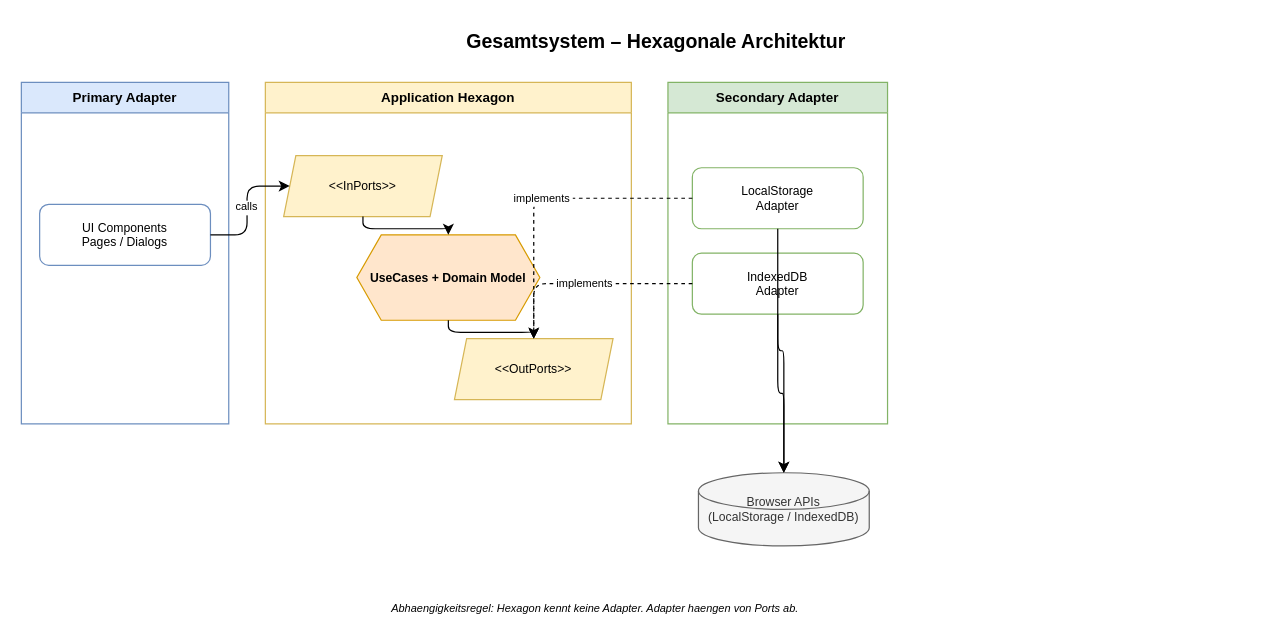
The draw.io diagram docs/diagrams/hexagon-overview.drawio in flingoflux/knitting-quarterly-bingo, before the edit. Source tidied: cells renumbered, new cells numbered last; positions are measured from the earlier drawing's top-left corner, leaving out a move shared by most shapes. Both pictures are drawn from the tidied source at 122%, with x=0, y=0 at pixel (21, 21).
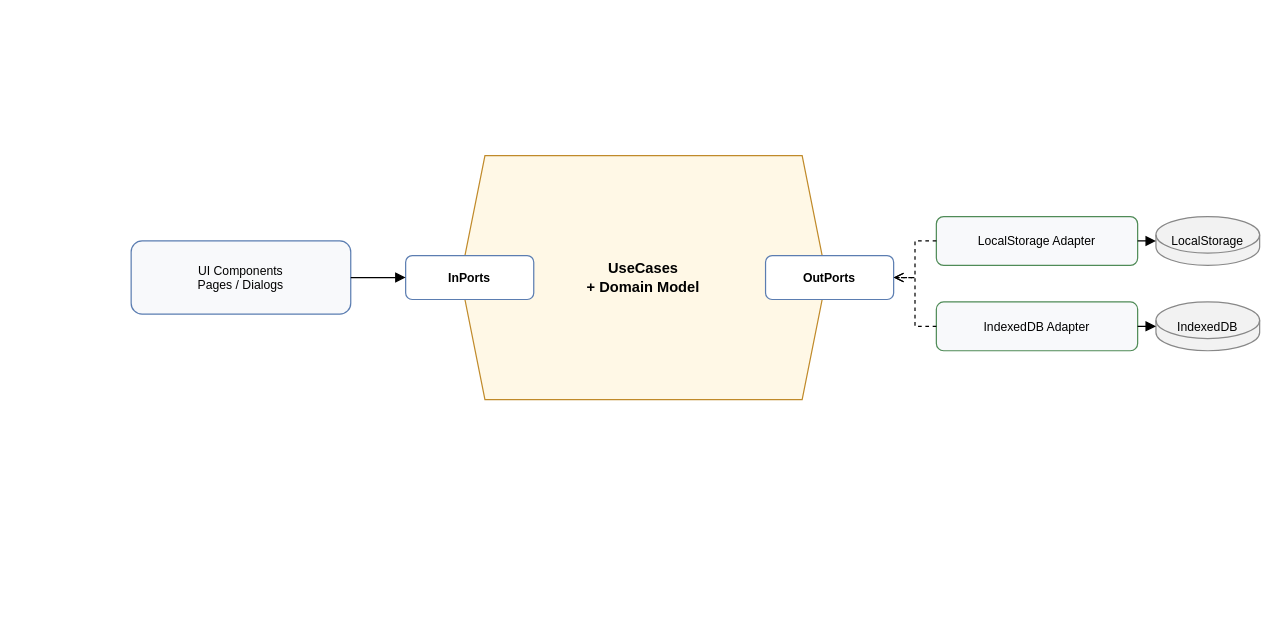
The same diagram, later.

What changed in the source:
```diff
@@
-    <mxCell id="2" value="Gesamtsystem – Hexagonale Architektur" style="text;html=1;fontSize=16;fontStyle=1;align=center;" parent="1" vertex="1">
-      <mxGeometry x="180" width="680" height="30" as="geometry" />
-    </mxCell>
-    <mxCell id="3" value="Primary Adapter" style="swimlane;startSize=25;fillColor=#dae8fc;strokeColor=#6c8ebf;fontStyle=1;fontSize=11;" parent="1" vertex="1">
-      <mxGeometry y="50" width="170" height="280" as="geometry" />
-    </mxCell>
-    <mxCell id="4" value="UI Components&#10;Pages / Dialogs" style="rounded=1;fillColor=#ffffff;strokeColor=#6c8ebf;fontSize=10;" parent="3" vertex="1">
-      <mxGeometry x="15" y="100" width="140" height="50" as="geometry" />
+    <mxCell id="4" value="UI Components&#10;Pages / Dialogs" style="rounded=1;whiteSpace=wrap;html=1;fillColor=#f8f9fb;strokeColor=#5b7db1;fontSize=10;" parent="1" vertex="1">
+      <mxGeometry x="90" y="180" width="180" height="60" as="geometry" />
     </mxCell>
-    <mxCell id="5" value="Application Hexagon" style="swimlane;startSize=25;fillColor=#fff2cc;strokeColor=#d6b656;fontStyle=1;fontSize=11;" parent="1" vertex="1">
-      <mxGeometry x="200" y="50" width="300" height="280" as="geometry" />
-    </mxCell>
+    <mxCell id="7" value="UseCases&#10;+ Domain Model" style="shape=hexagon;perimeter=hexagonPerimeter2;whiteSpace=wrap;html=1;fixedSize=1;fillColor=#fff8e6;strokeColor=#c08a2a;fontSize=12;fontStyle=1;" parent="1" vertex="1">
+      <mxGeometry x="360" y="110" width="300" height="200" as="geometry" />
+    </mxCell>
-    <mxCell id="6" value="&lt;&lt;InPorts&gt;&gt;" style="shape=parallelogram;perimeter=parallelogramPerimeter;fixedSize=1;size=10;fillColor=#fff2cc;strokeColor=#d6b656;fontSize=10;" parent="5" vertex="1">
-      <mxGeometry x="15" y="60" width="130" height="50" as="geometry" />
+    <mxCell id="6" value="InPorts" style="rounded=1;whiteSpace=wrap;html=1;fillColor=#ffffff;strokeColor=#5b7db1;fontSize=10;fontStyle=1;" parent="1" vertex="1">
+      <mxGeometry x="315" y="192" width="105" height="36" as="geometry" />
     </mxCell>
-    <mxCell id="7" value="UseCases + Domain Model" style="shape=hexagon;perimeter=hexagonPerimeter2;fixedSize=1;fillColor=#ffe6cc;strokeColor=#d79b00;fontSize=10;fontStyle=1;" parent="5" vertex="1">
-      <mxGeometry x="75" y="125" width="150" height="70" as="geometry" />
-    </mxCell>
-    <mxCell id="8" value="&lt;&lt;OutPorts&gt;&gt;" style="shape=parallelogram;perimeter=parallelogramPerimeter;fixedSize=1;size=10;fillColor=#fff2cc;strokeColor=#d6b656;fontSize=10;" parent="5" vertex="1">
-      <mxGeometry x="155" y="210" width="130" height="50" as="geometry" />
+    <mxCell id="8" value="OutPorts" style="rounded=1;whiteSpace=wrap;html=1;fillColor=#ffffff;strokeColor=#5b7db1;fontSize=10;fontStyle=1;" parent="1" vertex="1">
+      <mxGeometry x="610" y="192" width="105" height="36" as="geometry" />
     </mxCell>
-    <mxCell id="9" style="edgeStyle=orthogonalEdgeStyle;" parent="5" edge="1" source="6" target="7">
-      <mxGeometry relative="1" as="geometry" />
-    </mxCell>
-    <mxCell id="10" style="edgeStyle=orthogonalEdgeStyle;" parent="5" edge="1" source="7" target="8">
-      <mxGeometry relative="1" as="geometry" />
-    </mxCell>
-    <mxCell id="11" value="Secondary Adapter" style="swimlane;startSize=25;fillColor=#d5e8d4;strokeColor=#82b366;fontStyle=1;fontSize=11;" parent="1" vertex="1">
-      <mxGeometry x="530" y="50" width="180" height="280" as="geometry" />
-    </mxCell>
-    <mxCell id="12" value="LocalStorage&#10;Adapter" style="rounded=1;fillColor=#ffffff;strokeColor=#82b366;fontSize=10;" parent="11" vertex="1">
-      <mxGeometry x="20" y="70" width="140" height="50" as="geometry" />
+    <mxCell id="12" value="LocalStorage Adapter" style="rounded=1;whiteSpace=wrap;html=1;fillColor=#f8f9fb;strokeColor=#4f8b57;fontSize=10;" parent="1" vertex="1">
+      <mxGeometry x="750" y="160" width="165" height="40" as="geometry" />
     </mxCell>
-    <mxCell id="13" value="IndexedDB&#10;Adapter" style="rounded=1;fillColor=#ffffff;strokeColor=#82b366;fontSize=10;" parent="11" vertex="1">
-      <mxGeometry x="20" y="140" width="140" height="50" as="geometry" />
+    <mxCell id="13" value="IndexedDB Adapter" style="rounded=1;whiteSpace=wrap;html=1;fillColor=#f8f9fb;strokeColor=#4f8b57;fontSize=10;" parent="1" vertex="1">
+      <mxGeometry x="750" y="230" width="165" height="40" as="geometry" />
     </mxCell>
-    <mxCell id="14" value="Browser APIs&#10;(LocalStorage / IndexedDB)" style="shape=cylinder3;whiteSpace=wrap;fillColor=#f5f5f5;strokeColor=#666666;fontColor=#333333;fontSize=10;" parent="1" vertex="1">
-      <mxGeometry x="555" y="370" width="140" height="60" as="geometry" />
-    </mxCell>
+    <mxCell id="21" value="LocalStorage" style="shape=cylinder3;whiteSpace=wrap;html=1;fillColor=#f2f2f2;strokeColor=#888888;fontSize=10;" parent="1" vertex="1">
+      <mxGeometry x="930" y="160" width="85" height="40" as="geometry" />
+    </mxCell>
+    <mxCell id="22" value="IndexedDB" style="shape=cylinder3;whiteSpace=wrap;html=1;fillColor=#f2f2f2;strokeColor=#888888;fontSize=10;" parent="1" vertex="1">
+      <mxGeometry x="930" y="230" width="85" height="40" as="geometry" />
+    </mxCell>
-    <mxCell id="15" value="calls" style="edgeStyle=orthogonalEdgeStyle;fontSize=9;" parent="1" edge="1" source="4" target="6">
+    <mxCell id="15" style="edgeStyle=orthogonalEdgeStyle;rounded=0;endArrow=block;endFill=1;" parent="1" edge="1" source="4" target="6">
       <mxGeometry relative="1" as="geometry" />
     </mxCell>
-    <mxCell id="16" value="implements" style="edgeStyle=orthogonalEdgeStyle;dashed=1;fontSize=9;endArrow=open;endFill=0;" parent="1" edge="1" source="12" target="8">
+    <mxCell id="16" style="edgeStyle=orthogonalEdgeStyle;rounded=0;dashed=1;endArrow=open;endFill=0;fontSize=9;" parent="1" edge="1" source="12" target="8">
       <mxGeometry relative="1" as="geometry" />
     </mxCell>
-    <mxCell id="17" value="implements" style="edgeStyle=orthogonalEdgeStyle;dashed=1;fontSize=9;endArrow=open;endFill=0;" parent="1" edge="1" source="13" target="8">
+    <mxCell id="17" style="edgeStyle=orthogonalEdgeStyle;rounded=0;dashed=1;endArrow=open;endFill=0;fontSize=9;entryX=1;entryY=0.5;entryDx=0;entryDy=0;" parent="1" edge="1" source="13" target="8">
       <mxGeometry relative="1" as="geometry" />
     </mxCell>
-    <mxCell id="18" style="edgeStyle=orthogonalEdgeStyle;fontSize=9;" parent="1" edge="1" source="12" target="14">
-      <mxGeometry relative="1" as="geometry" />
-    </mxCell>
-    <mxCell id="19" style="edgeStyle=orthogonalEdgeStyle;fontSize=9;" parent="1" edge="1" source="13" target="14">
-      <mxGeometry relative="1" as="geometry" />
-    </mxCell>
-    <mxCell id="20" value="Abhaengigkeitsregel: Hexagon kennt keine Adapter. Adapter haengen von Ports ab." style="text;html=1;fontSize=9;fontStyle=2;align=center;" parent="1" vertex="1">
-      <mxGeometry x="130" y="470" width="680" height="20" as="geometry" />
-    </mxCell>
+    <mxCell id="23" style="edgeStyle=orthogonalEdgeStyle;rounded=0;endArrow=block;endFill=1;" parent="1" edge="1" source="12" target="21">
+      <mxGeometry relative="1" as="geometry" />
+    </mxCell>
+    <mxCell id="24" style="edgeStyle=orthogonalEdgeStyle;rounded=0;endArrow=block;endFill=1;" parent="1" edge="1" source="13" target="22">
+      <mxGeometry relative="1" as="geometry" />
+    </mxCell>
```
